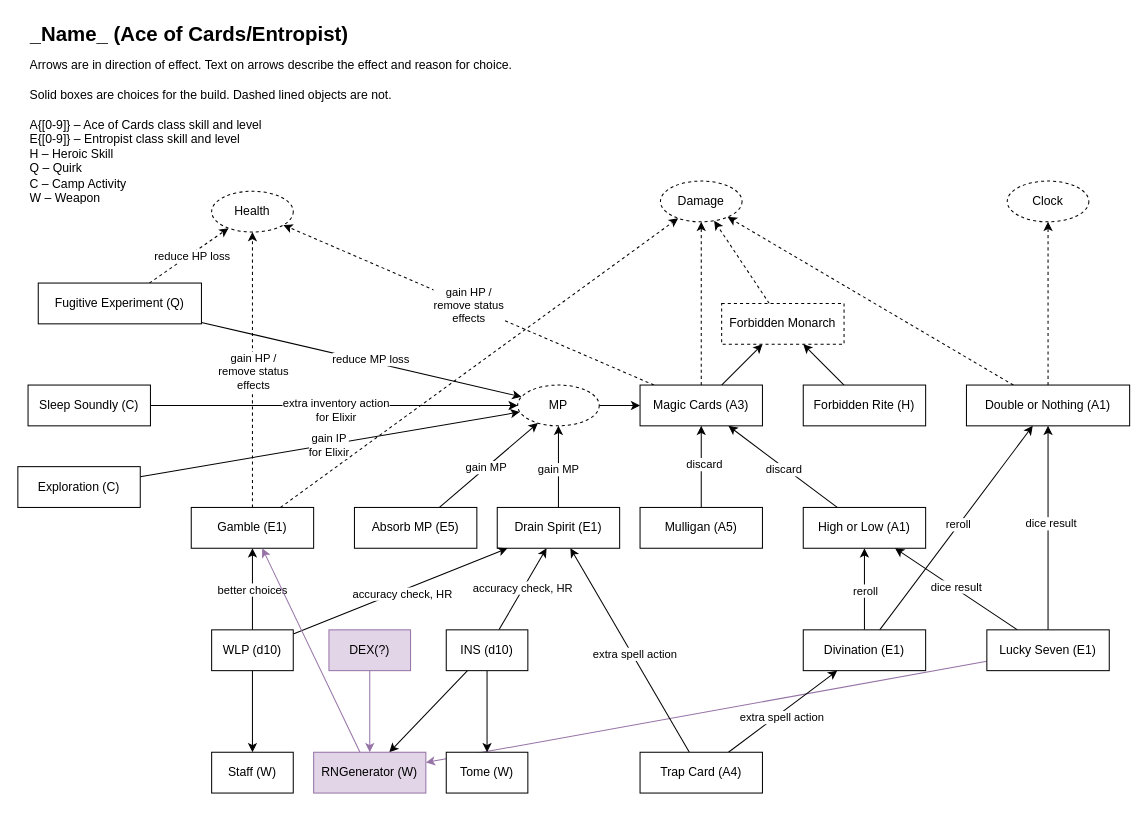
nzNancyZhao/drawio keeps this draw.io diagram as Fab_Ult_Ace_of_Cards.drawio. Above is the earlier version. Source tidied: cells renumbered, new cells numbered last; positions are measured from the earlier drawing's top-left corner, leaving out a move shared by most shapes. Both pictures are drawn from the tidied source at 102%, with x=0, y=0 at pixel (17, 17).
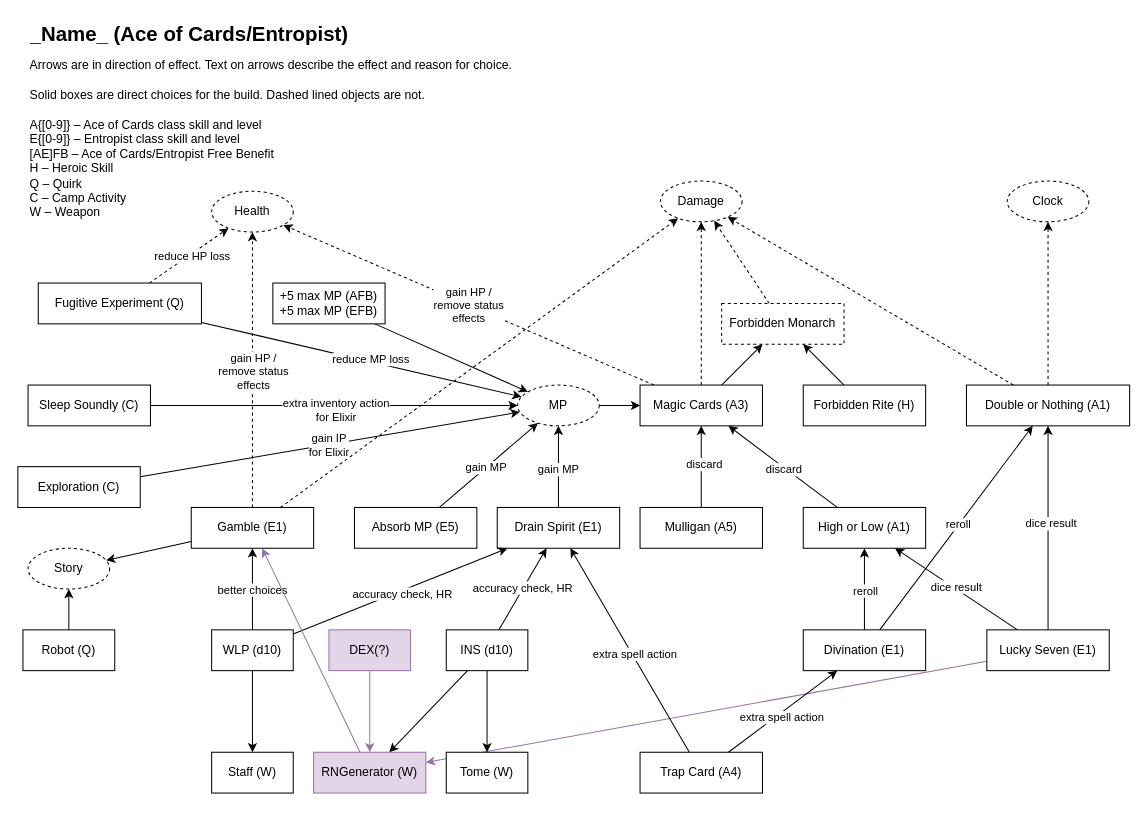
Above is the later version.

Commit message:
added Free Benefit

Unchanged cells that the change refers to:
```xml
<mxCell id="58" value="Gamble (E1)" style="rounded=0;whiteSpace=wrap;html=1;" parent="1" vertex="1">
  <mxGeometry x="170" y="480" width="120" height="40" as="geometry" />
</mxCell>
<mxCell id="61" value="MP" style="ellipse;whiteSpace=wrap;html=1;dashed=1;" parent="1" vertex="1">
  <mxGeometry x="490" y="360" width="80" height="40" as="geometry" />
</mxCell>
```

Change to the diagram source:
```diff
@@
+    <mxCell id="81" style="rounded=0;jettySize=auto;html=1;" parent="1" edge="1" source="58" target="84">
+      <mxGeometry relative="1" as="geometry" />
+    </mxCell>
@@
-    <mxCell id="76" value="&lt;h1 style=&quot;margin-top: 0px; line-height: 64%;&quot;&gt;&lt;font style=&quot;font-size: 20px;&quot;&gt;_Name_ (Ace of Cards/Entropist)&lt;/font&gt;&lt;/h1&gt;&lt;div&gt;Arrows are in direction of effect. Text on arrows describe the effect and reason for choice.&lt;br&gt;&lt;/div&gt;&lt;div&gt;&lt;br&gt;&lt;/div&gt;&lt;div&gt;Solid boxes are choices for the build. Dashed lined objects are not.&lt;br&gt;&lt;/div&gt;&lt;div&gt;&lt;br&gt;&lt;/div&gt;&lt;div&gt;A{[0-9]} – Ace of Cards class skill and level&lt;br&gt;&lt;/div&gt;&lt;div&gt;E{[0-9]}  – Entropist class skill and level&lt;br&gt;&lt;/div&gt;&lt;div&gt;H – Heroic Skill&lt;br&gt;&lt;/div&gt;&lt;div&gt;Q – Quirk&lt;/div&gt;&lt;div&gt;C – Camp Activity&lt;/div&gt;&lt;div&gt;W – Weapon&lt;br&gt;&lt;/div&gt;" style="text;html=1;whiteSpace=wrap;overflow=hidden;rounded=0;" parent="1" vertex="1">
-      <mxGeometry x="10" width="520" height="180" as="geometry" />
+    <mxCell id="76" value="&lt;h1 style=&quot;margin-top: 0px; line-height: 64%;&quot;&gt;&lt;font style=&quot;font-size: 20px;&quot;&gt;_Name_ (Ace of Cards/Entropist)&lt;/font&gt;&lt;/h1&gt;&lt;div&gt;Arrows are in direction of effect. Text on arrows describe the effect and reason for choice.&lt;br&gt;&lt;/div&gt;&lt;div&gt;&lt;br&gt;&lt;/div&gt;&lt;div&gt;Solid boxes are direct choices for the build. Dashed lined objects are not.&lt;br&gt;&lt;/div&gt;&lt;div&gt;&lt;br&gt;&lt;/div&gt;&lt;div&gt;A{[0-9]} – Ace of Cards class skill and level&lt;br&gt;&lt;/div&gt;&lt;div&gt;E{[0-9]}  – Entropist class skill and level&lt;/div&gt;&lt;div&gt;[AE]FB – Ace of Cards/Entropist Free Benefit&lt;br&gt;&lt;/div&gt;&lt;div&gt;H – Heroic Skill&lt;br&gt;&lt;/div&gt;&lt;div&gt;Q – Quirk&lt;/div&gt;&lt;div&gt;C – Camp Activity&lt;/div&gt;&lt;div&gt;W – Weapon&lt;br&gt;&lt;/div&gt;" style="text;html=1;whiteSpace=wrap;overflow=hidden;rounded=0;" parent="1" vertex="1">
+      <mxGeometry x="10" width="530" height="200" as="geometry" />
     </mxCell>
@@
+    <mxCell id="82" style="rounded=0;jettySize=auto;html=1;" parent="1" edge="1" source="83" target="84">
+      <mxGeometry relative="1" as="geometry" />
+    </mxCell>
+    <mxCell id="83" value="Robot (Q)" style="rounded=0;whiteSpace=wrap;html=1;" parent="1" vertex="1">
+      <mxGeometry x="5" y="600" width="90" height="40" as="geometry" />
+    </mxCell>
+    <mxCell id="84" value="Story" style="ellipse;whiteSpace=wrap;html=1;dashed=1;" parent="1" vertex="1">
+      <mxGeometry x="10" y="520" width="80" height="40" as="geometry" />
+    </mxCell>
+    <mxCell id="85" style="rounded=0;jettySize=auto;html=1;" parent="1" edge="1" source="86" target="61">
+      <mxGeometry relative="1" as="geometry" />
+    </mxCell>
+    <mxCell id="86" value="&lt;div&gt;+5 max MP (AFB)&lt;/div&gt;&lt;div&gt;+5 max MP (EFB)&lt;br&gt;&lt;/div&gt;" style="rounded=0;whiteSpace=wrap;html=1;" parent="1" vertex="1">
+      <mxGeometry x="250" y="260" width="110" height="40" as="geometry" />
+    </mxCell>
```
